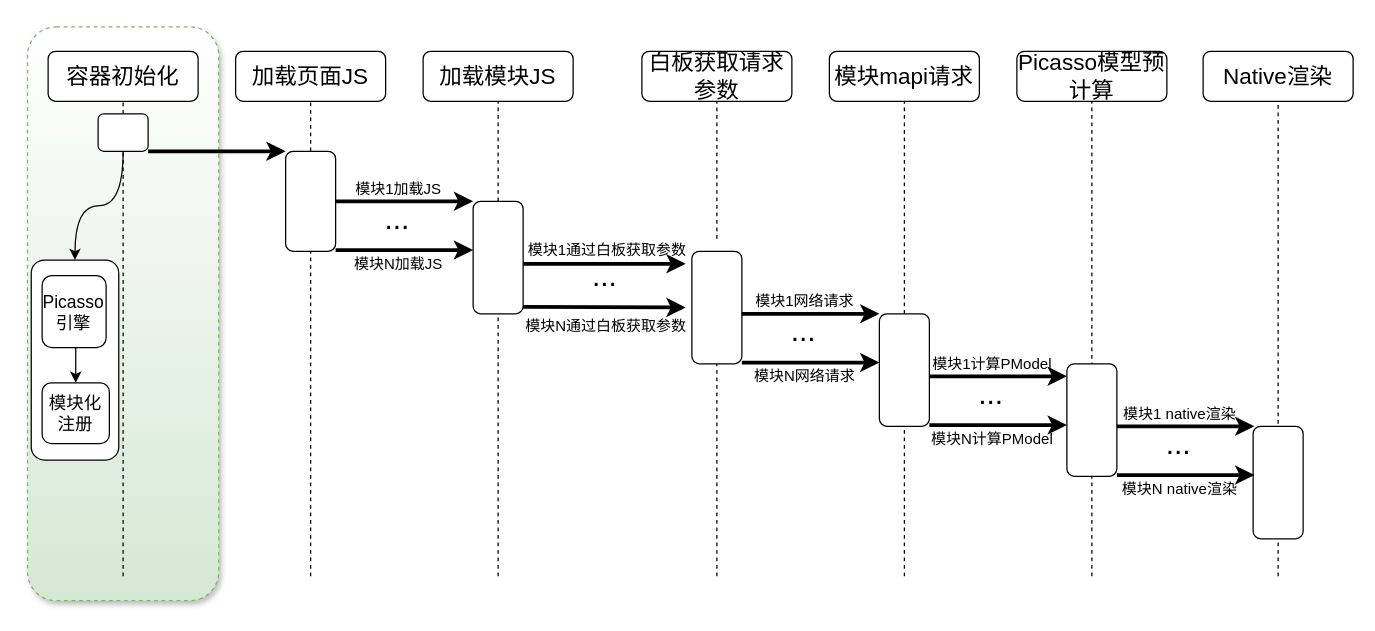
Earlier version of the draw.io diagram page "第 1 页" (1 of 16) of 未命名绘图.drawio (hpk1994/shophome). Source tidied: cells renumbered, new cells numbered last; positions are measured from the earlier drawing's top-left corner, leaving out a move shared by most shapes. Both pictures are drawn from the tidied source at 125%, with x=0, y=0 at pixel (26, 26).
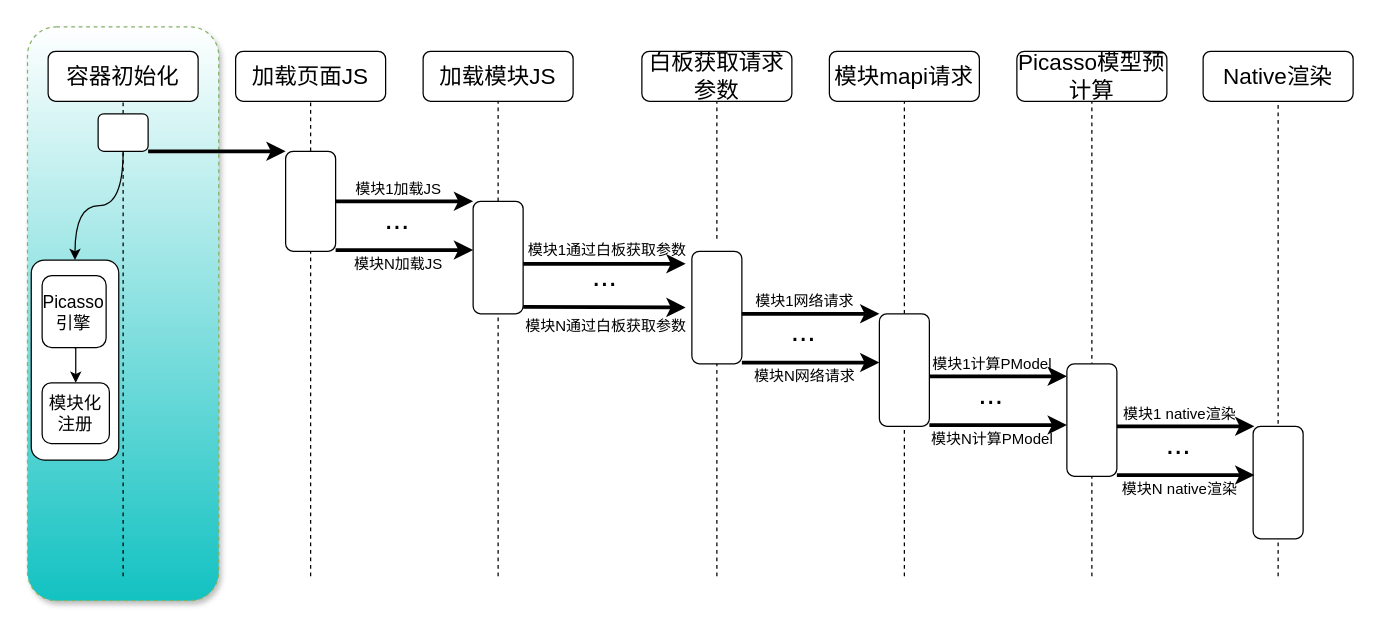
After the change.

The edit, as a diff of the source:
```diff
@@
-    <mxCell id="2" style="rounded=1;whiteSpace=wrap;html=1;shadow=1;dashed=1;strokeColor=#82b366;fontSize=16;fillColor=#d5e8d4;gradientDirection=north;gradientColor=#ffffff;" parent="1" vertex="1">
+    <mxCell id="2" style="rounded=1;whiteSpace=wrap;html=1;shadow=1;dashed=1;strokeColor=#82b366;fontSize=16;fillColor=#13C2C2;gradientDirection=north;gradientColor=#ffffff;" parent="1" vertex="1">
       <mxGeometry x="0.5" width="153" height="459" as="geometry" />
     </mxCell>
```
